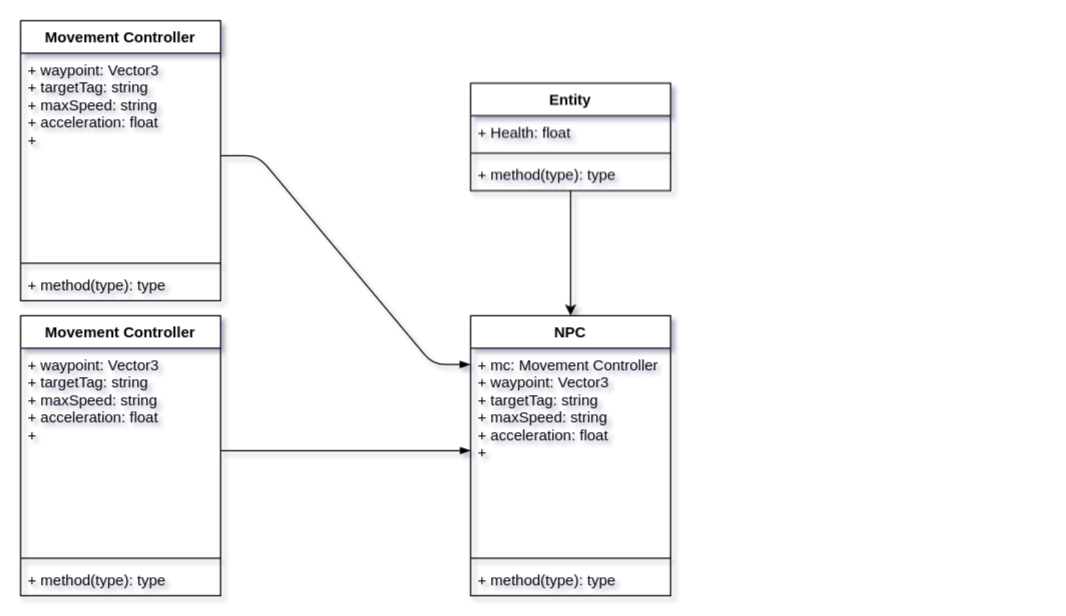
The draw.io diagram Assets/Plan.drawio in eLilyPad/ConsciousWolf, before the edit. Source tidied: cells renumbered, new cells numbered last; positions are measured from the earlier drawing's top-left corner, leaving out a move shared by most shapes. Both pictures are drawn from the tidied source at 125%, with x=0, y=0 at pixel (20, 20).
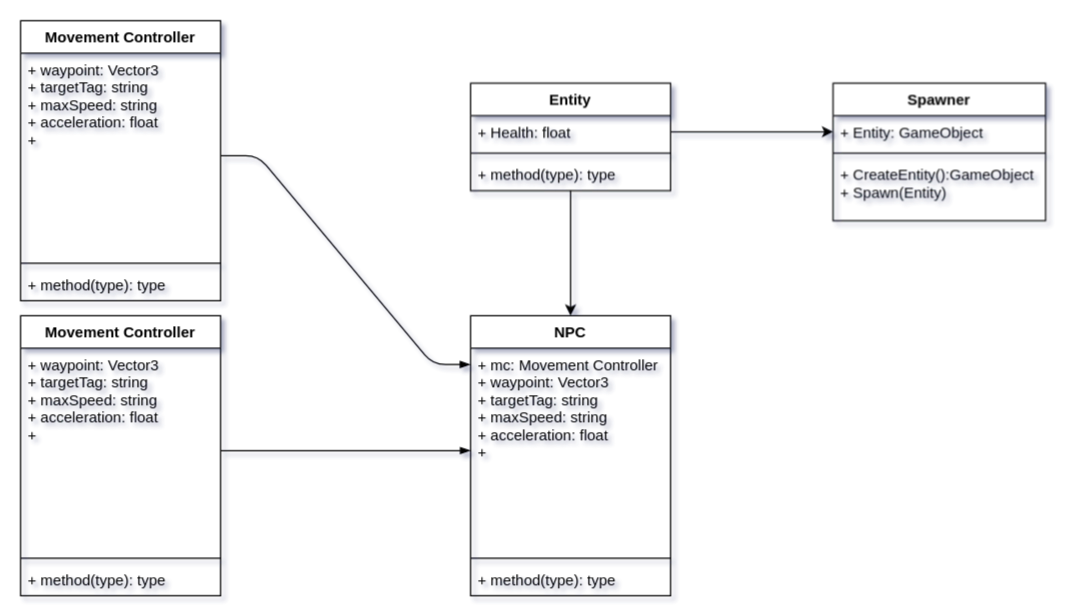
The same diagram, later.

The change refers to these unchanged cells:
```xml
<mxCell id="4" value="+ Health: float" style="text;strokeColor=none;fillColor=none;align=left;verticalAlign=top;spacingLeft=4;spacingRight=4;overflow=hidden;points=[[0,0.5],[1,0.5]];portConstraint=eastwest;" parent="3" vertex="1">
  <mxGeometry y="26" width="160" height="26" as="geometry" />
</mxCell>
```

Diff of the diagram source:
```diff
@@
+    <mxCell id="21" value="Spawner" style="swimlane;fontStyle=1;align=center;verticalAlign=top;horizontal=1;startSize=26;" parent="1" vertex="1">
+      <mxGeometry x="650" y="50" width="170" height="110" as="geometry" />
+    </mxCell>
+    <mxCell id="22" value="+ Entity: GameObject" style="text;strokeColor=none;fillColor=none;align=left;verticalAlign=top;spacingLeft=4;spacingRight=4;overflow=hidden;points=[[0,0.5],[1,0.5]];portConstraint=eastwest;" parent="21" vertex="1">
+      <mxGeometry y="26" width="170" height="26" as="geometry" />
+    </mxCell>
+    <mxCell id="23" style="line;strokeWidth=1;fillColor=none;align=left;verticalAlign=middle;spacingTop=-1;spacingLeft=3;spacingRight=3;labelPosition=right;" parent="21" vertex="1">
+      <mxGeometry y="52" width="170" height="8" as="geometry" />
+    </mxCell>
+    <mxCell id="24" value="+ CreateEntity():GameObject&#10;+ Spawn(Entity)&#10;" style="text;strokeColor=none;fillColor=none;align=left;verticalAlign=top;spacingLeft=4;spacingRight=4;overflow=hidden;" parent="21" vertex="1">
+      <mxGeometry y="60" width="170" height="50" as="geometry" />
+    </mxCell>
+    <mxCell id="25" style="edgeStyle=none;html=1;exitX=1;exitY=0.5;exitDx=0;exitDy=0;entryX=0;entryY=0.5;entryDx=0;entryDy=0;" parent="1" edge="1" source="4" target="22">
+      <mxGeometry relative="1" as="geometry" />
+    </mxCell>
```
